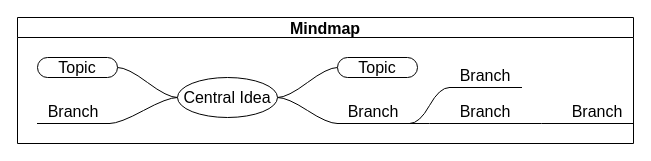
Earlier version of the draw.io diagram draw/Untitled Diagram.drawio (QiuYiLiang/diagrams). Source tidied: cells renumbered, new cells numbered last; positions are measured from the earlier drawing's top-left corner, leaving out a move shared by most shapes. Both pictures are drawn from the tidied source at 100%, with x=0, y=0 at pixel (17, 17).
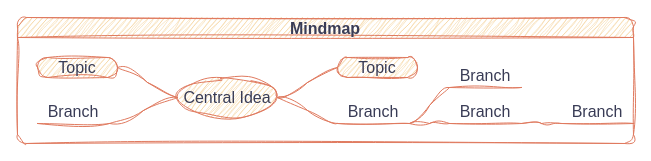
The same diagram, later.

Diff of the diagram source:
```diff
@@
 <mxGraphModel>
   <root>
     <mxCell id="0" />
     <mxCell id="1" parent="0" />
-    <mxCell id="2" value="Mindmap" style="swimlane;startSize=20;horizontal=1;containerType=tree;fontSize=16;" parent="1" vertex="1">
+    <mxCell id="2" value="Mindmap" style="swimlane;startSize=20;horizontal=1;containerType=tree;fontSize=16;labelBackgroundColor=none;fillColor=#F2CC8F;strokeColor=#E07A5F;fontColor=#393C56;rounded=1;sketch=1;curveFitting=1;jiggle=2;" parent="1" vertex="1">
       <mxGeometry width="616" height="126" as="geometry" />
     </mxCell>
-    <mxCell id="3" style="edgeStyle=entityRelationEdgeStyle;startArrow=none;endArrow=none;segment=10;curved=1;sourcePerimeterSpacing=0;targetPerimeterSpacing=0;rounded=0;fontSize=12;startSize=8;endSize=8;" parent="2" edge="1" source="7" target="8">
+    <mxCell id="3" style="edgeStyle=entityRelationEdgeStyle;startArrow=none;endArrow=none;segment=10;curved=1;sourcePerimeterSpacing=0;targetPerimeterSpacing=0;rounded=1;fontSize=12;startSize=8;endSize=8;labelBackgroundColor=none;strokeColor=#E07A5F;fontColor=default;sketch=1;curveFitting=1;jiggle=2;" parent="2" edge="1" source="7" target="8">
       <mxGeometry relative="1" as="geometry" />
     </mxCell>
-    <mxCell id="4" style="edgeStyle=entityRelationEdgeStyle;startArrow=none;endArrow=none;segment=10;curved=1;sourcePerimeterSpacing=0;targetPerimeterSpacing=0;rounded=0;fontSize=12;startSize=8;endSize=8;" parent="2" edge="1" source="7" target="9">
+    <mxCell id="4" style="edgeStyle=entityRelationEdgeStyle;startArrow=none;endArrow=none;segment=10;curved=1;sourcePerimeterSpacing=0;targetPerimeterSpacing=0;rounded=1;fontSize=12;startSize=8;endSize=8;labelBackgroundColor=none;strokeColor=#E07A5F;fontColor=default;sketch=1;curveFitting=1;jiggle=2;" parent="2" edge="1" source="7" target="9">
       <mxGeometry relative="1" as="geometry" />
     </mxCell>
-    <mxCell id="5" style="edgeStyle=entityRelationEdgeStyle;startArrow=none;endArrow=none;segment=10;curved=1;sourcePerimeterSpacing=0;targetPerimeterSpacing=0;rounded=0;fontSize=12;startSize=8;endSize=8;" parent="2" edge="1" source="7" target="10">
+    <mxCell id="5" style="edgeStyle=entityRelationEdgeStyle;startArrow=none;endArrow=none;segment=10;curved=1;sourcePerimeterSpacing=0;targetPerimeterSpacing=0;rounded=1;fontSize=12;startSize=8;endSize=8;labelBackgroundColor=none;strokeColor=#E07A5F;fontColor=default;sketch=1;curveFitting=1;jiggle=2;" parent="2" edge="1" source="7" target="10">
       <mxGeometry relative="1" as="geometry" />
     </mxCell>
-    <mxCell id="6" style="edgeStyle=entityRelationEdgeStyle;startArrow=none;endArrow=none;segment=10;curved=1;sourcePerimeterSpacing=0;targetPerimeterSpacing=0;rounded=0;fontSize=12;startSize=8;endSize=8;" parent="2" edge="1" source="7" target="11">
+    <mxCell id="6" style="edgeStyle=entityRelationEdgeStyle;startArrow=none;endArrow=none;segment=10;curved=1;sourcePerimeterSpacing=0;targetPerimeterSpacing=0;rounded=1;fontSize=12;startSize=8;endSize=8;labelBackgroundColor=none;strokeColor=#E07A5F;fontColor=default;sketch=1;curveFitting=1;jiggle=2;" parent="2" edge="1" source="7" target="11">
       <mxGeometry relative="1" as="geometry" />
     </mxCell>
-    <mxCell id="7" value="Central Idea" style="ellipse;whiteSpace=wrap;html=1;align=center;newEdgeStyle={&quot;edgeStyle&quot;:&quot;entityRelationEdgeStyle&quot;,&quot;startArrow&quot;:&quot;none&quot;,&quot;endArrow&quot;:&quot;none&quot;,&quot;segment&quot;:10,&quot;curved&quot;:1,&quot;sourcePerimeterSpacing&quot;:0,&quot;targetPerimeterSpacing&quot;:0};fontSize=16;" parent="2" vertex="1">
+    <mxCell id="7" value="Central Idea" style="ellipse;whiteSpace=wrap;html=1;align=center;newEdgeStyle={&quot;edgeStyle&quot;:&quot;entityRelationEdgeStyle&quot;,&quot;startArrow&quot;:&quot;none&quot;,&quot;endArrow&quot;:&quot;none&quot;,&quot;segment&quot;:10,&quot;curved&quot;:1,&quot;sourcePerimeterSpacing&quot;:0,&quot;targetPerimeterSpacing&quot;:0};fontSize=16;labelBackgroundColor=none;fillColor=#F2CC8F;strokeColor=#E07A5F;fontColor=#393C56;rounded=1;sketch=1;curveFitting=1;jiggle=2;" parent="2" vertex="1">
       <mxGeometry x="160" y="60" width="100" height="40" as="geometry" />
     </mxCell>
-    <mxCell id="8" value="Topic" style="whiteSpace=wrap;html=1;rounded=1;arcSize=50;align=center;verticalAlign=middle;strokeWidth=1;spacing=4;newEdgeStyle={&quot;edgeStyle&quot;:&quot;entityRelationEdgeStyle&quot;,&quot;startArrow&quot;:&quot;none&quot;,&quot;endArrow&quot;:&quot;none&quot;,&quot;segment&quot;:10,&quot;curved&quot;:1,&quot;sourcePerimeterSpacing&quot;:0,&quot;targetPerimeterSpacing&quot;:0};fontSize=16;" parent="2" vertex="1">
+    <mxCell id="8" value="Topic" style="whiteSpace=wrap;html=1;rounded=1;arcSize=50;align=center;verticalAlign=middle;strokeWidth=1;spacing=4;newEdgeStyle={&quot;edgeStyle&quot;:&quot;entityRelationEdgeStyle&quot;,&quot;startArrow&quot;:&quot;none&quot;,&quot;endArrow&quot;:&quot;none&quot;,&quot;segment&quot;:10,&quot;curved&quot;:1,&quot;sourcePerimeterSpacing&quot;:0,&quot;targetPerimeterSpacing&quot;:0};fontSize=16;labelBackgroundColor=none;fillColor=#F2CC8F;strokeColor=#E07A5F;fontColor=#393C56;sketch=1;curveFitting=1;jiggle=2;" parent="2" vertex="1">
       <mxGeometry x="320" y="40" width="80" height="20" as="geometry" />
     </mxCell>
-    <mxCell id="9" value="Branch" style="whiteSpace=wrap;html=1;shape=partialRectangle;top=0;left=0;bottom=1;right=0;points=[[0,1],[1,1]];fillColor=none;align=center;verticalAlign=bottom;routingCenterY=0.5;snapToPoint=1;newEdgeStyle={&quot;edgeStyle&quot;:&quot;entityRelationEdgeStyle&quot;,&quot;startArrow&quot;:&quot;none&quot;,&quot;endArrow&quot;:&quot;none&quot;,&quot;segment&quot;:10,&quot;curved&quot;:1,&quot;sourcePerimeterSpacing&quot;:0,&quot;targetPerimeterSpacing&quot;:0};fontSize=16;" parent="2" vertex="1">
+    <mxCell id="9" value="Branch" style="whiteSpace=wrap;html=1;shape=partialRectangle;top=0;left=0;bottom=1;right=0;points=[[0,1],[1,1]];fillColor=none;align=center;verticalAlign=bottom;routingCenterY=0.5;snapToPoint=1;newEdgeStyle={&quot;edgeStyle&quot;:&quot;entityRelationEdgeStyle&quot;,&quot;startArrow&quot;:&quot;none&quot;,&quot;endArrow&quot;:&quot;none&quot;,&quot;segment&quot;:10,&quot;curved&quot;:1,&quot;sourcePerimeterSpacing&quot;:0,&quot;targetPerimeterSpacing&quot;:0};fontSize=16;labelBackgroundColor=none;strokeColor=#E07A5F;fontColor=#393C56;rounded=1;sketch=1;curveFitting=1;jiggle=2;" parent="2" vertex="1">
       <mxGeometry x="320" y="80" width="72" height="26" as="geometry" />
     </mxCell>
-    <mxCell id="10" value="Topic" style="whiteSpace=wrap;html=1;rounded=1;arcSize=50;align=center;verticalAlign=middle;strokeWidth=1;spacing=4;newEdgeStyle={&quot;edgeStyle&quot;:&quot;entityRelationEdgeStyle&quot;,&quot;startArrow&quot;:&quot;none&quot;,&quot;endArrow&quot;:&quot;none&quot;,&quot;segment&quot;:10,&quot;curved&quot;:1,&quot;sourcePerimeterSpacing&quot;:0,&quot;targetPerimeterSpacing&quot;:0};fontSize=16;" parent="2" vertex="1">
+    <mxCell id="10" value="Topic" style="whiteSpace=wrap;html=1;rounded=1;arcSize=50;align=center;verticalAlign=middle;strokeWidth=1;spacing=4;newEdgeStyle={&quot;edgeStyle&quot;:&quot;entityRelationEdgeStyle&quot;,&quot;startArrow&quot;:&quot;none&quot;,&quot;endArrow&quot;:&quot;none&quot;,&quot;segment&quot;:10,&quot;curved&quot;:1,&quot;sourcePerimeterSpacing&quot;:0,&quot;targetPerimeterSpacing&quot;:0};fontSize=16;labelBackgroundColor=none;fillColor=#F2CC8F;strokeColor=#E07A5F;fontColor=#393C56;sketch=1;curveFitting=1;jiggle=2;" parent="2" vertex="1">
       <mxGeometry x="20" y="40" width="80" height="20" as="geometry" />
     </mxCell>
-    <mxCell id="11" value="Branch" style="whiteSpace=wrap;html=1;shape=partialRectangle;top=0;left=0;bottom=1;right=0;points=[[0,1],[1,1]];fillColor=none;align=center;verticalAlign=bottom;routingCenterY=0.5;snapToPoint=1;newEdgeStyle={&quot;edgeStyle&quot;:&quot;entityRelationEdgeStyle&quot;,&quot;startArrow&quot;:&quot;none&quot;,&quot;endArrow&quot;:&quot;none&quot;,&quot;segment&quot;:10,&quot;curved&quot;:1,&quot;sourcePerimeterSpacing&quot;:0,&quot;targetPerimeterSpacing&quot;:0};fontSize=16;" parent="2" vertex="1">
+    <mxCell id="11" value="Branch" style="whiteSpace=wrap;html=1;shape=partialRectangle;top=0;left=0;bottom=1;right=0;points=[[0,1],[1,1]];fillColor=none;align=center;verticalAlign=bottom;routingCenterY=0.5;snapToPoint=1;newEdgeStyle={&quot;edgeStyle&quot;:&quot;entityRelationEdgeStyle&quot;,&quot;startArrow&quot;:&quot;none&quot;,&quot;endArrow&quot;:&quot;none&quot;,&quot;segment&quot;:10,&quot;curved&quot;:1,&quot;sourcePerimeterSpacing&quot;:0,&quot;targetPerimeterSpacing&quot;:0};fontSize=16;labelBackgroundColor=none;strokeColor=#E07A5F;fontColor=#393C56;rounded=1;sketch=1;curveFitting=1;jiggle=2;" parent="2" vertex="1">
       <mxGeometry x="20" y="80" width="72" height="26" as="geometry" />
     </mxCell>
-    <mxCell id="12" style="edgeStyle=entityRelationEdgeStyle;startArrow=none;endArrow=none;segment=10;curved=1;sourcePerimeterSpacing=0;targetPerimeterSpacing=0;rounded=0;fontSize=12;startSize=8;endSize=8;" parent="2" edge="1" source="9" target="13">
+    <mxCell id="12" style="edgeStyle=entityRelationEdgeStyle;startArrow=none;endArrow=none;segment=10;curved=1;sourcePerimeterSpacing=0;targetPerimeterSpacing=0;rounded=1;fontSize=12;startSize=8;endSize=8;labelBackgroundColor=none;strokeColor=#E07A5F;fontColor=default;sketch=1;curveFitting=1;jiggle=2;" parent="2" edge="1" source="9" target="13">
       <mxGeometry relative="1" as="geometry" />
     </mxCell>
-    <mxCell id="13" value="Branch" style="whiteSpace=wrap;html=1;shape=partialRectangle;top=0;left=0;bottom=1;right=0;points=[[0,1],[1,1]];fillColor=none;align=center;verticalAlign=bottom;routingCenterY=0.5;snapToPoint=1;newEdgeStyle={&quot;edgeStyle&quot;:&quot;entityRelationEdgeStyle&quot;,&quot;startArrow&quot;:&quot;none&quot;,&quot;endArrow&quot;:&quot;none&quot;,&quot;segment&quot;:10,&quot;curved&quot;:1,&quot;sourcePerimeterSpacing&quot;:0,&quot;targetPerimeterSpacing&quot;:0};fontSize=16;" parent="2" vertex="1">
+    <mxCell id="13" value="Branch" style="whiteSpace=wrap;html=1;shape=partialRectangle;top=0;left=0;bottom=1;right=0;points=[[0,1],[1,1]];fillColor=none;align=center;verticalAlign=bottom;routingCenterY=0.5;snapToPoint=1;newEdgeStyle={&quot;edgeStyle&quot;:&quot;entityRelationEdgeStyle&quot;,&quot;startArrow&quot;:&quot;none&quot;,&quot;endArrow&quot;:&quot;none&quot;,&quot;segment&quot;:10,&quot;curved&quot;:1,&quot;sourcePerimeterSpacing&quot;:0,&quot;targetPerimeterSpacing&quot;:0};fontSize=16;labelBackgroundColor=none;strokeColor=#E07A5F;fontColor=#393C56;rounded=1;sketch=1;curveFitting=1;jiggle=2;" parent="2" vertex="1">
       <mxGeometry x="432" y="80" width="72" height="26" as="geometry" />
     </mxCell>
-    <mxCell id="14" style="edgeStyle=entityRelationEdgeStyle;startArrow=none;endArrow=none;segment=10;curved=1;sourcePerimeterSpacing=0;targetPerimeterSpacing=0;rounded=0;fontSize=12;startSize=8;endSize=8;" parent="2" edge="1" source="9" target="15">
+    <mxCell id="14" style="edgeStyle=entityRelationEdgeStyle;startArrow=none;endArrow=none;segment=10;curved=1;sourcePerimeterSpacing=0;targetPerimeterSpacing=0;rounded=1;fontSize=12;startSize=8;endSize=8;labelBackgroundColor=none;strokeColor=#E07A5F;fontColor=default;sketch=1;curveFitting=1;jiggle=2;" parent="2" edge="1" source="9" target="15">
       <mxGeometry relative="1" as="geometry" />
     </mxCell>
-    <mxCell id="15" value="Branch" style="whiteSpace=wrap;html=1;shape=partialRectangle;top=0;left=0;bottom=1;right=0;points=[[0,1],[1,1]];fillColor=none;align=center;verticalAlign=bottom;routingCenterY=0.5;snapToPoint=1;newEdgeStyle={&quot;edgeStyle&quot;:&quot;entityRelationEdgeStyle&quot;,&quot;startArrow&quot;:&quot;none&quot;,&quot;endArrow&quot;:&quot;none&quot;,&quot;segment&quot;:10,&quot;curved&quot;:1,&quot;sourcePerimeterSpacing&quot;:0,&quot;targetPerimeterSpacing&quot;:0};fontSize=16;" parent="2" vertex="1">
+    <mxCell id="15" value="Branch" style="whiteSpace=wrap;html=1;shape=partialRectangle;top=0;left=0;bottom=1;right=0;points=[[0,1],[1,1]];fillColor=none;align=center;verticalAlign=bottom;routingCenterY=0.5;snapToPoint=1;newEdgeStyle={&quot;edgeStyle&quot;:&quot;entityRelationEdgeStyle&quot;,&quot;startArrow&quot;:&quot;none&quot;,&quot;endArrow&quot;:&quot;none&quot;,&quot;segment&quot;:10,&quot;curved&quot;:1,&quot;sourcePerimeterSpacing&quot;:0,&quot;targetPerimeterSpacing&quot;:0};fontSize=16;labelBackgroundColor=none;strokeColor=#E07A5F;fontColor=#393C56;rounded=1;sketch=1;curveFitting=1;jiggle=2;" parent="2" vertex="1">
       <mxGeometry x="432" y="44" width="72" height="26" as="geometry" />
     </mxCell>
-    <mxCell id="16" style="edgeStyle=entityRelationEdgeStyle;startArrow=none;endArrow=none;segment=10;curved=1;sourcePerimeterSpacing=0;targetPerimeterSpacing=0;rounded=0;fontSize=12;startSize=8;endSize=8;" parent="2" edge="1" source="13" target="17">
+    <mxCell id="16" style="edgeStyle=entityRelationEdgeStyle;startArrow=none;endArrow=none;segment=10;curved=1;sourcePerimeterSpacing=0;targetPerimeterSpacing=0;rounded=1;fontSize=12;startSize=8;endSize=8;labelBackgroundColor=none;strokeColor=#E07A5F;fontColor=default;sketch=1;curveFitting=1;jiggle=2;" parent="2" edge="1" source="13" target="17">
       <mxGeometry relative="1" as="geometry" />
     </mxCell>
-    <mxCell id="17" value="Branch" style="whiteSpace=wrap;html=1;shape=partialRectangle;top=0;left=0;bottom=1;right=0;points=[[0,1],[1,1]];fillColor=none;align=center;verticalAlign=bottom;routingCenterY=0.5;snapToPoint=1;newEdgeStyle={&quot;edgeStyle&quot;:&quot;entityRelationEdgeStyle&quot;,&quot;startArrow&quot;:&quot;none&quot;,&quot;endArrow&quot;:&quot;none&quot;,&quot;segment&quot;:10,&quot;curved&quot;:1,&quot;sourcePerimeterSpacing&quot;:0,&quot;targetPerimeterSpacing&quot;:0};fontSize=16;" parent="2" vertex="1">
+    <mxCell id="17" value="Branch" style="whiteSpace=wrap;html=1;shape=partialRectangle;top=0;left=0;bottom=1;right=0;points=[[0,1],[1,1]];fillColor=none;align=center;verticalAlign=bottom;routingCenterY=0.5;snapToPoint=1;newEdgeStyle={&quot;edgeStyle&quot;:&quot;entityRelationEdgeStyle&quot;,&quot;startArrow&quot;:&quot;none&quot;,&quot;endArrow&quot;:&quot;none&quot;,&quot;segment&quot;:10,&quot;curved&quot;:1,&quot;sourcePerimeterSpacing&quot;:0,&quot;targetPerimeterSpacing&quot;:0};fontSize=16;labelBackgroundColor=none;strokeColor=#E07A5F;fontColor=#393C56;rounded=1;sketch=1;curveFitting=1;jiggle=2;" parent="2" vertex="1">
       <mxGeometry x="544" y="80" width="72" height="26" as="geometry" />
     </mxCell>
   </root>
 </mxGraphModel>
```
